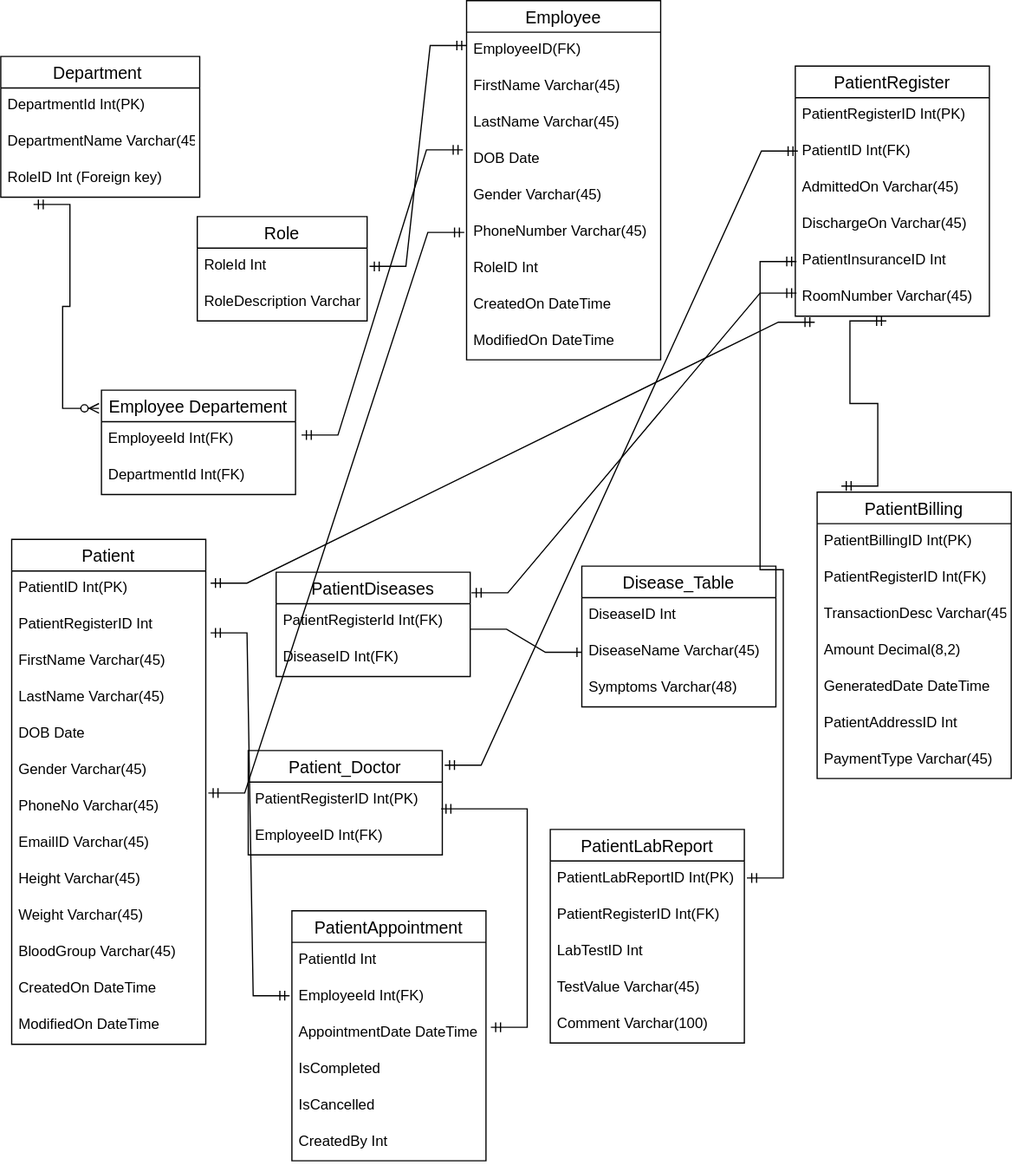
This is Hospital Management System/Hospital Management System.drawio.svg from Mahima-01/Training-Repository, a draw.io export, as it was before one commit. Source tidied: cells renumbered, new cells last; positions are measured from the earlier drawing's top-left corner, leaving out a move shared by most shapes.
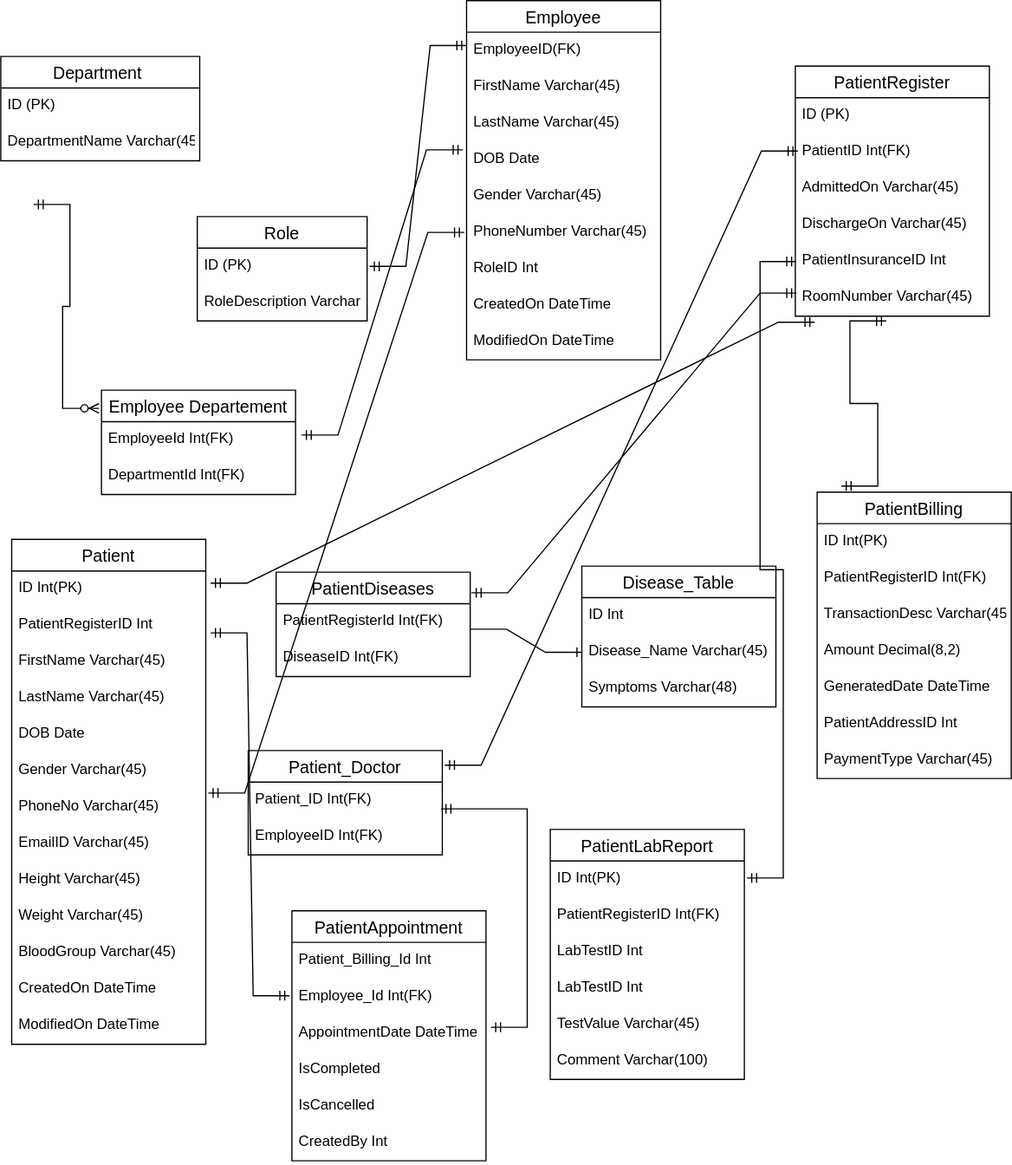
The same diagram one commit later.

Commit message:
Establishing Relationship Between Tables

Diff of the diagram source:
```diff
@@ -3,17 +3,14 @@
     <mxCell id="0" />
     <mxCell id="1" parent="0" />
     <mxCell id="2" value="Department " style="swimlane;fontStyle=0;horizontal=1;startSize=26;align=center;fontSize=14;" parent="1" vertex="1">
-      <mxGeometry y="46" width="164" height="116" as="geometry" />
+      <mxGeometry y="46" width="164" height="86" as="geometry" />
     </mxCell>
-    <mxCell id="3" value="DepartmentId Int(PK)" style="text;strokeColor=none;fillColor=none;spacingLeft=4;spacingRight=4;overflow=hidden;fontSize=12;" parent="2" vertex="1">
+    <mxCell id="3" value="ID (PK)" style="text;strokeColor=none;fillColor=none;spacingLeft=4;spacingRight=4;overflow=hidden;fontSize=12;" parent="2" vertex="1">
       <mxGeometry y="26" width="164" height="30" as="geometry" />
     </mxCell>
     <mxCell id="4" value="DepartmentName Varchar(45)" style="text;strokeColor=none;fillColor=none;spacingLeft=4;spacingRight=4;overflow=hidden;fontSize=12;" parent="2" vertex="1">
       <mxGeometry y="56" width="164" height="30" as="geometry" />
     </mxCell>
-    <mxCell id="5" value="RoleID Int (Foreign key)" style="text;strokeColor=none;fillColor=none;spacingLeft=4;spacingRight=4;overflow=hidden;fontSize=12;" parent="2" vertex="1">
-      <mxGeometry y="86" width="164" height="30" as="geometry" />
-    </mxCell>
     <mxCell id="6" style="edgeStyle=entityRelationEdgeStyle;fontSize=12;html=1;endArrow=ERzeroToMany;startArrow=ERmandOne;rounded=0;" parent="1" edge="1">
       <mxGeometry relative="1" as="geometry">
         <mxPoint x="27" y="168" as="sourcePoint" />
@@ -32,7 +29,7 @@
     <mxCell id="10" value="Role" style="swimlane;fontStyle=0;horizontal=1;startSize=26;align=center;fontSize=14;" parent="1" vertex="1">
       <mxGeometry x="162" y="178" width="140" height="86" as="geometry" />
     </mxCell>
-    <mxCell id="11" value="RoleId Int" style="text;strokeColor=none;fillColor=none;spacingLeft=4;spacingRight=4;overflow=hidden;points=[[0,0.5],[1,0.5]];portConstraint=eastwest;fontSize=12;" parent="10" vertex="1">
+    <mxCell id="11" value="ID (PK)" style="text;strokeColor=none;fillColor=none;spacingLeft=4;spacingRight=4;overflow=hidden;points=[[0,0.5],[1,0.5]];portConstraint=eastwest;fontSize=12;" parent="10" vertex="1">
       <mxGeometry y="26" width="140" height="30" as="geometry" />
     </mxCell>
     <mxCell id="12" value="RoleDescription Varchar" style="text;strokeColor=none;fillColor=none;spacingLeft=4;spacingRight=4;overflow=hidden;fontSize=12;" parent="10" vertex="1">
@@ -80,7 +77,7 @@
     <mxCell id="26" value="PatientBilling" style="swimlane;fontStyle=0;horizontal=1;startSize=26;align=center;fontSize=14;" parent="1" vertex="1">
       <mxGeometry x="673" y="405" width="160" height="236" as="geometry" />
     </mxCell>
-    <mxCell id="27" value="PatientBillingID Int(PK)" style="text;strokeColor=none;fillColor=none;spacingLeft=4;spacingRight=4;overflow=hidden;fontSize=12;" parent="26" vertex="1">
+    <mxCell id="27" value="ID Int(PK)" style="text;strokeColor=none;fillColor=none;spacingLeft=4;spacingRight=4;overflow=hidden;fontSize=12;" parent="26" vertex="1">
       <mxGeometry y="26" width="160" height="30" as="geometry" />
     </mxCell>
     <mxCell id="28" value="PatientRegisterID Int(FK)" style="text;strokeColor=none;fillColor=none;spacingLeft=4;spacingRight=4;overflow=hidden;fontSize=12;" parent="26" vertex="1">
@@ -104,7 +101,7 @@
     <mxCell id="34" value="PatientRegister" style="swimlane;fontStyle=0;horizontal=1;startSize=26;align=center;fontSize=14;" parent="1" vertex="1">
       <mxGeometry x="655" y="54" width="160" height="206" as="geometry" />
     </mxCell>
-    <mxCell id="35" value="PatientRegisterID Int(PK)" style="text;strokeColor=none;fillColor=none;spacingLeft=4;spacingRight=4;overflow=hidden;fontSize=12;" parent="34" vertex="1">
+    <mxCell id="35" value="ID (PK)" style="text;strokeColor=none;fillColor=none;spacingLeft=4;spacingRight=4;overflow=hidden;fontSize=12;" parent="34" vertex="1">
       <mxGeometry y="26" width="160" height="30" as="geometry" />
     </mxCell>
     <mxCell id="36" value="PatientID Int(FK)" style="text;strokeColor=none;fillColor=none;spacingLeft=4;spacingRight=4;overflow=hidden;points=[[0,0.5],[1,0.5]];portConstraint=eastwest;fontSize=12;" parent="34" vertex="1">
@@ -123,9 +120,9 @@
       <mxGeometry y="176" width="160" height="30" as="geometry" />
     </mxCell>
     <mxCell id="41" value="PatientLabReport" style="swimlane;fontStyle=0;horizontal=1;startSize=26;align=center;fontSize=14;" parent="1" vertex="1">
-      <mxGeometry x="453" y="683" width="160" height="176" as="geometry" />
+      <mxGeometry x="453" y="683" width="160" height="206" as="geometry" />
     </mxCell>
-    <mxCell id="42" value="PatientLabReportID Int(PK)" style="text;strokeColor=none;fillColor=none;spacingLeft=4;spacingRight=4;overflow=hidden;points=[[0,0.5],[1,0.5]];portConstraint=eastwest;fontSize=12;" parent="41" vertex="1">
+    <mxCell id="42" value="ID Int(PK)" style="text;strokeColor=none;fillColor=none;spacingLeft=4;spacingRight=4;overflow=hidden;points=[[0,0.5],[1,0.5]];portConstraint=eastwest;fontSize=12;" parent="41" vertex="1">
       <mxGeometry y="26" width="160" height="30" as="geometry" />
     </mxCell>
     <mxCell id="43" value="PatientRegisterID Int(FK)" style="text;strokeColor=none;fillColor=none;spacingLeft=4;spacingRight=4;overflow=hidden;fontSize=12;" parent="41" vertex="1">
@@ -134,16 +131,19 @@
     <mxCell id="44" value="LabTestID Int" style="text;strokeColor=none;fillColor=none;spacingLeft=4;spacingRight=4;overflow=hidden;fontSize=12;" parent="41" vertex="1">
       <mxGeometry y="86" width="160" height="30" as="geometry" />
     </mxCell>
+    <mxCell id="86" value="LabTestID Int" style="text;strokeColor=none;fillColor=none;spacingLeft=4;spacingRight=4;overflow=hidden;fontSize=12;" parent="41" vertex="1">
+      <mxGeometry y="116" width="160" height="30" as="geometry" />
+    </mxCell>
     <mxCell id="45" value="TestValue Varchar(45)" style="text;strokeColor=none;fillColor=none;spacingLeft=4;spacingRight=4;overflow=hidden;fontSize=12;" parent="41" vertex="1">
-      <mxGeometry y="116" width="160" height="30" as="geometry" />
+      <mxGeometry y="146" width="160" height="30" as="geometry" />
     </mxCell>
     <mxCell id="46" value="Comment Varchar(100)" style="text;strokeColor=none;fillColor=none;spacingLeft=4;spacingRight=4;overflow=hidden;fontSize=12;" parent="41" vertex="1">
-      <mxGeometry y="146" width="160" height="30" as="geometry" />
+      <mxGeometry y="176" width="160" height="30" as="geometry" />
     </mxCell>
     <mxCell id="47" value="Patient" style="swimlane;fontStyle=0;horizontal=1;startSize=26;align=center;fontSize=14;" parent="1" vertex="1">
       <mxGeometry x="9" y="444" width="160" height="416" as="geometry" />
     </mxCell>
-    <mxCell id="48" value="PatientID Int(PK)" style="text;strokeColor=none;fillColor=none;spacingLeft=4;spacingRight=4;overflow=hidden;points=[[0,0.5],[1,0.5]];portConstraint=eastwest;fontSize=12;" parent="47" vertex="1">
+    <mxCell id="48" value="ID Int(PK)" style="text;strokeColor=none;fillColor=none;spacingLeft=4;spacingRight=4;overflow=hidden;points=[[0,0.5],[1,0.5]];portConstraint=eastwest;fontSize=12;" parent="47" vertex="1">
       <mxGeometry y="26" width="160" height="30" as="geometry" />
     </mxCell>
     <mxCell id="49" value="PatientRegisterID Int" style="text;strokeColor=none;fillColor=none;spacingLeft=4;spacingRight=4;overflow=hidden;points=[[0,0.5],[1,0.5]];portConstraint=eastwest;fontSize=12;" parent="47" vertex="1">
@@ -185,7 +185,7 @@
     <mxCell id="61" value="Patient_Doctor" style="swimlane;fontStyle=0;horizontal=1;startSize=26;align=center;fontSize=14;" parent="1" vertex="1">
       <mxGeometry x="204" y="618" width="160" height="86" as="geometry" />
     </mxCell>
-    <mxCell id="62" value="PatientRegisterID Int(PK)" style="text;strokeColor=none;fillColor=none;spacingLeft=4;spacingRight=4;overflow=hidden;points=[[0,0.5],[1,0.5]];portConstraint=eastwest;fontSize=12;" parent="61" vertex="1">
+    <mxCell id="62" value="Patient_ID Int(FK)" style="text;strokeColor=none;fillColor=none;spacingLeft=4;spacingRight=4;overflow=hidden;points=[[0,0.5],[1,0.5]];portConstraint=eastwest;fontSize=12;" parent="61" vertex="1">
       <mxGeometry y="26" width="160" height="30" as="geometry" />
     </mxCell>
     <mxCell id="63" value="EmployeeID Int(FK)" style="text;strokeColor=none;fillColor=none;spacingLeft=4;spacingRight=4;overflow=hidden;fontSize=12;" parent="61" vertex="1">
@@ -194,10 +194,10 @@
     <mxCell id="64" value="Disease_Table" style="swimlane;fontStyle=0;horizontal=1;startSize=26;align=center;fontSize=14;" parent="1" vertex="1">
       <mxGeometry x="479" y="466" width="160" height="116" as="geometry" />
     </mxCell>
-    <mxCell id="65" value="DiseaseID Int" style="text;strokeColor=none;fillColor=none;spacingLeft=4;spacingRight=4;overflow=hidden;fontSize=12;" parent="64" vertex="1">
+    <mxCell id="65" value="ID Int" style="text;strokeColor=none;fillColor=none;spacingLeft=4;spacingRight=4;overflow=hidden;fontSize=12;" parent="64" vertex="1">
       <mxGeometry y="26" width="160" height="30" as="geometry" />
     </mxCell>
-    <mxCell id="66" value="DiseaseName Varchar(45)" style="text;strokeColor=none;fillColor=none;spacingLeft=4;spacingRight=4;overflow=hidden;points=[[0,0.5],[1,0.5]];portConstraint=eastwest;fontSize=12;" parent="64" vertex="1">
+    <mxCell id="66" value="Disease_Name Varchar(45)" style="text;strokeColor=none;fillColor=none;spacingLeft=4;spacingRight=4;overflow=hidden;points=[[0,0.5],[1,0.5]];portConstraint=eastwest;fontSize=12;" parent="64" vertex="1">
       <mxGeometry y="56" width="160" height="30" as="geometry" />
     </mxCell>
     <mxCell id="67" value="Symptoms Varchar(48)" style="text;strokeColor=none;fillColor=none;spacingLeft=4;spacingRight=4;overflow=hidden;fontSize=12;" parent="64" vertex="1">
@@ -239,10 +239,10 @@
     <mxCell id="77" value="PatientAppointment" style="swimlane;fontStyle=0;horizontal=1;startSize=26;align=center;fontSize=14;" parent="1" vertex="1">
       <mxGeometry x="240" y="750" width="160" height="206" as="geometry" />
     </mxCell>
-    <mxCell id="78" value="PatientId Int" style="text;strokeColor=none;fillColor=none;spacingLeft=4;spacingRight=4;overflow=hidden;fontSize=12;" parent="77" vertex="1">
+    <mxCell id="78" value="Patient_Billing_Id Int" style="text;strokeColor=none;fillColor=none;spacingLeft=4;spacingRight=4;overflow=hidden;fontSize=12;" parent="77" vertex="1">
       <mxGeometry y="26" width="160" height="30" as="geometry" />
     </mxCell>
-    <mxCell id="79" value="EmployeeId Int(FK)" style="text;strokeColor=none;fillColor=none;spacingLeft=4;spacingRight=4;overflow=hidden;points=[[0,0.5],[1,0.5]];portConstraint=eastwest;fontSize=12;" parent="77" vertex="1">
+    <mxCell id="79" value="Employee_Id Int(FK)" style="text;strokeColor=none;fillColor=none;spacingLeft=4;spacingRight=4;overflow=hidden;points=[[0,0.5],[1,0.5]];portConstraint=eastwest;fontSize=12;" parent="77" vertex="1">
       <mxGeometry y="56" width="160" height="30" as="geometry" />
     </mxCell>
     <mxCell id="80" value="AppointmentDate DateTime" style="text;strokeColor=none;fillColor=none;spacingLeft=4;spacingRight=4;overflow=hidden;fontSize=12;" parent="77" vertex="1">
```
